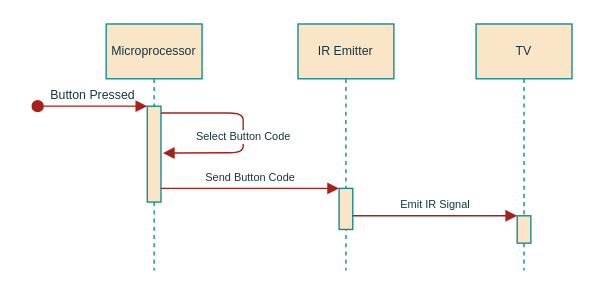
Above: page "SequeceDiagram" (6 of 7) of tv_remote/problem_statement.drawio in ESRGgroup9/slipad (draw.io), before the change. Source tidied: cells renumbered, new cells numbered last; positions are measured from the earlier drawing's top-left corner, leaving out a move shared by most shapes. Both pictures are drawn from the tidied source at 137%, with x=0, y=0 at pixel (37, 23).
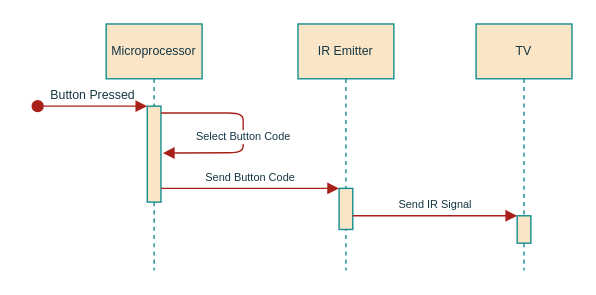
The same diagram, later.

Diff of the diagram source:
```diff
@@
 <mxGraphModel>
   <root>
     <mxCell id="0" />
     <mxCell id="1" parent="0" />
     <mxCell id="2" value="Microprocessor" style="shape=umlLifeline;perimeter=lifelinePerimeter;whiteSpace=wrap;html=1;rounded=0;sketch=0;fontSize=9;fontColor=#143642;strokeColor=#0F8B8D;fillColor=#FAE5C7;verticalAlign=middle;" parent="1" vertex="1">
       <mxGeometry x="50" width="70" height="180" as="geometry" />
     </mxCell>
     <mxCell id="3" style="html=1;perimeter=orthogonalPerimeter;rounded=0;sketch=0;fontSize=9;fontColor=#143642;strokeColor=#0F8B8D;fillColor=#FAE5C7;verticalAlign=middle;" parent="2" vertex="1">
       <mxGeometry x="30" y="60" width="10" height="70" as="geometry" />
     </mxCell>
     <mxCell id="4" value="Button Pressed" style="html=1;verticalAlign=bottom;startArrow=oval;startFill=1;endArrow=block;startSize=8;rounded=1;sketch=0;fontSize=9;fontColor=#143642;strokeColor=#A8201A;fillColor=#FAE5C7;curved=0;" parent="2" edge="1">
       <mxGeometry relative="1" as="geometry">
         <mxPoint x="-50" y="60" as="sourcePoint" />
         <mxPoint x="30" y="60" as="targetPoint" />
       </mxGeometry>
     </mxCell>
     <mxCell id="5" value="IR Emitter" style="shape=umlLifeline;perimeter=lifelinePerimeter;whiteSpace=wrap;html=1;rounded=0;sketch=0;fontSize=9;fontColor=#143642;strokeColor=#0F8B8D;fillColor=#FAE5C7;verticalAlign=middle;size=40;" parent="1" vertex="1">
       <mxGeometry x="190" width="70" height="180" as="geometry" />
     </mxCell>
     <mxCell id="6" style="html=1;perimeter=orthogonalPerimeter;rounded=0;sketch=0;fontSize=9;fontColor=#143642;strokeColor=#0F8B8D;fillColor=#FAE5C7;verticalAlign=middle;" parent="5" vertex="1">
       <mxGeometry x="30" y="120" width="10" height="30" as="geometry" />
     </mxCell>
     <mxCell id="7" value="Send Button Code" style="html=1;verticalAlign=bottom;endArrow=block;rounded=1;sketch=0;fontSize=8;fontColor=#143642;strokeColor=#A8201A;fillColor=#FAE5C7;curved=0;" parent="1" edge="1">
       <mxGeometry relative="1" as="geometry">
         <mxPoint x="90" y="120" as="sourcePoint" />
         <mxPoint x="220" y="120" as="targetPoint" />
       </mxGeometry>
     </mxCell>
     <mxCell id="8" value="Select Button Code" style="html=1;verticalAlign=bottom;endArrow=block;rounded=1;sketch=0;fontSize=8;fontColor=#143642;strokeColor=#A8201A;fillColor=#FAE5C7;curved=0;entryX=1.135;entryY=0.139;entryDx=0;entryDy=0;entryPerimeter=0;" parent="1" edge="1">
       <mxGeometry x="0.15" relative="1" as="geometry">
         <mxPoint x="90" y="65" as="sourcePoint" />
         <mxPoint x="91.4" y="94.2" as="targetPoint" />
         <Array as="points">
           <mxPoint x="150" y="65" />
           <mxPoint x="150" y="75" />
           <mxPoint x="150" y="94" />
         </Array>
       </mxGeometry>
     </mxCell>
-    <mxCell id="9" value="Emit IR Signal" style="html=1;verticalAlign=bottom;endArrow=block;rounded=1;sketch=0;fontSize=8;fontColor=#143642;strokeColor=#A8201A;fillColor=#FAE5C7;curved=0;entryX=0;entryY=0;entryDx=0;entryDy=0;entryPerimeter=0;" parent="1" edge="1" target="11">
+    <mxCell id="9" value="Send IR Signal" style="html=1;verticalAlign=bottom;endArrow=block;rounded=1;sketch=0;fontSize=8;fontColor=#143642;strokeColor=#A8201A;fillColor=#FAE5C7;curved=0;entryX=0;entryY=0;entryDx=0;entryDy=0;entryPerimeter=0;" parent="1" edge="1" target="11">
       <mxGeometry relative="1" as="geometry">
         <mxPoint x="230" y="140" as="sourcePoint" />
       </mxGeometry>
     </mxCell>
     <mxCell id="10" value="TV" style="shape=umlLifeline;perimeter=lifelinePerimeter;whiteSpace=wrap;html=1;rounded=0;sketch=0;fontSize=9;fontColor=#143642;strokeColor=#0F8B8D;fillColor=#FAE5C7;verticalAlign=middle;size=40;" parent="1" vertex="1">
       <mxGeometry x="320" width="70" height="180" as="geometry" />
     </mxCell>
     <mxCell id="11" style="html=1;points=[];perimeter=orthogonalPerimeter;rounded=0;sketch=0;fontSize=9;fontColor=#143642;strokeColor=#0F8B8D;fillColor=#FAE5C7;verticalAlign=middle;" parent="10" vertex="1">
       <mxGeometry x="30" y="140" width="10" height="20" as="geometry" />
     </mxCell>
   </root>
 </mxGraphModel>
```
